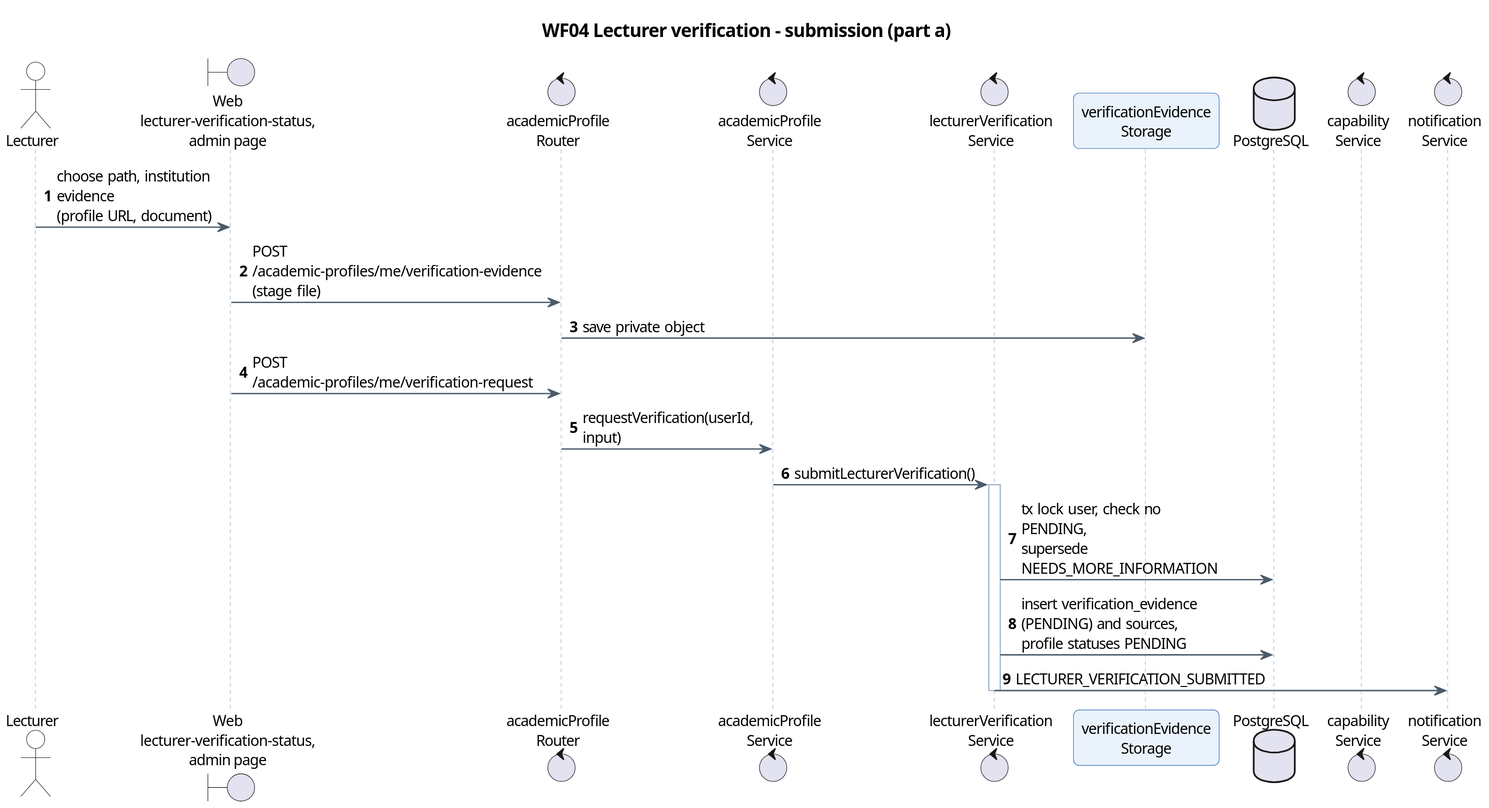
Before: docs/diagrams/report4/R4_WF04_Seq_a.svg, a diagram exported from PlantUML (Khoa-Hoa-Technology-Solution-Company/lumi-gap).
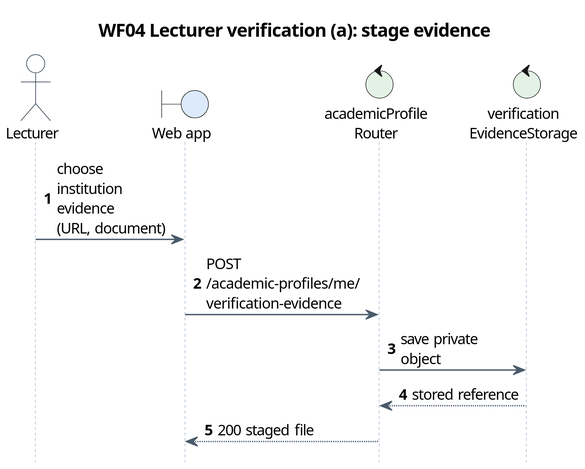
The same diagram one commit later.

Change to the diagram source:
```diff
@@ -1,5 +1,5 @@
 @startuml
-skinparam dpi 150
+skinparam dpi 200
 skinparam defaultFontName "Segoe UI"
 skinparam defaultFontSize 13
 skinparam shadowing false
@@ -58,30 +58,25 @@
   BackgroundColor #F7F9FC
   BorderColor #2F6DB5
 }
-title WF04 Lecturer verification - submission (part a)
-skinparam maxMessageSize 170
-skinparam ParticipantPadding 2
+skinparam maxMessageSize 100
+skinparam ParticipantPadding 0
 skinparam BoxPadding 2
 skinparam sequenceMessageAlign left
+skinparam responseMessageBelowArrow true
+skinparam SequenceGroupBodyBackgroundColor transparent
+skinparam SequenceGroupBackgroundColor #F4F7FA
+skinparam SequenceDividerBackgroundColor #DCE8F6
+skinparam NoteFontSize 12
+hide footbox
 autonumber
+title WF04 Lecturer verification (a): stage evidence
 actor "Lecturer" as L
-boundary "Web\nlecturer-verification-status,\nadmin page" as W
-control "academicProfile\nRouter" as R
-control "academicProfile\nService" as P
-control "lecturerVerification\nService" as LV
-participant "verificationEvidence\nStorage" as ST
-database "PostgreSQL" as DB
-control "capability\nService" as C
-control "notification\nService" as N
-L -> W : choose path, institution evidence\n(profile URL, document)
-W -> R : POST /academic-profiles/me/verification-evidence\n(stage file)
+boundary "Web app" as W #DCEAFB
+control "academicProfile\nRouter" as R #E3F2E5
+control "verification\nEvidenceStorage" as ST #E3F2E5
+L -> W : choose institution evidence\n(URL, document)
+W -> R : POST /academic-profiles/me/\nverification-evidence
 R -> ST : save private object
-W -> R : POST /academic-profiles/me/verification-request
-R -> P : requestVerification(userId, input)
-P -> LV : submitLecturerVerification()
-activate LV
-LV -> DB : tx lock user, check no PENDING,\nsupersede NEEDS_MORE_INFORMATION
-LV -> DB : insert verification_evidence (PENDING) and sources,\nprofile statuses PENDING
-LV -> N : LECTURER_VERIFICATION_SUBMITTED
-deactivate LV
+ST --> R : stored reference
+R --> W : 200 staged file
 @enduml
```
